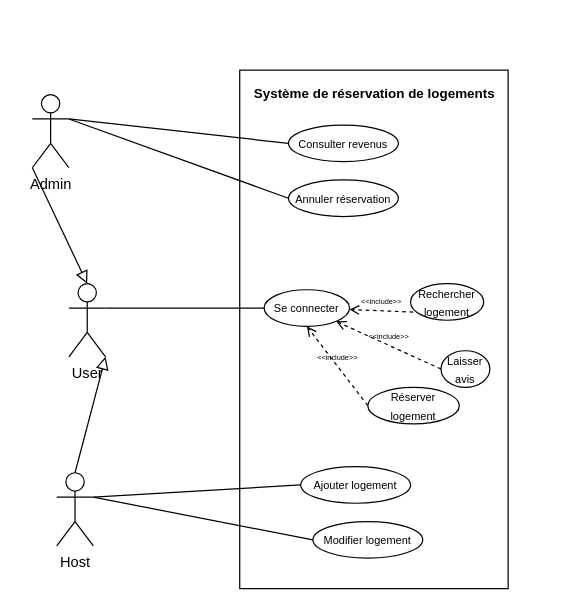
Earlier version of the draw.io diagram use_case.drawio (khaoula-khaldi/Kari). Source tidied: cells renumbered, new cells numbered last; positions are measured from the earlier drawing's top-left corner, leaving out a move shared by most shapes. Both pictures are drawn from the tidied source at 122%, with x=0, y=0 at pixel (32, 21).
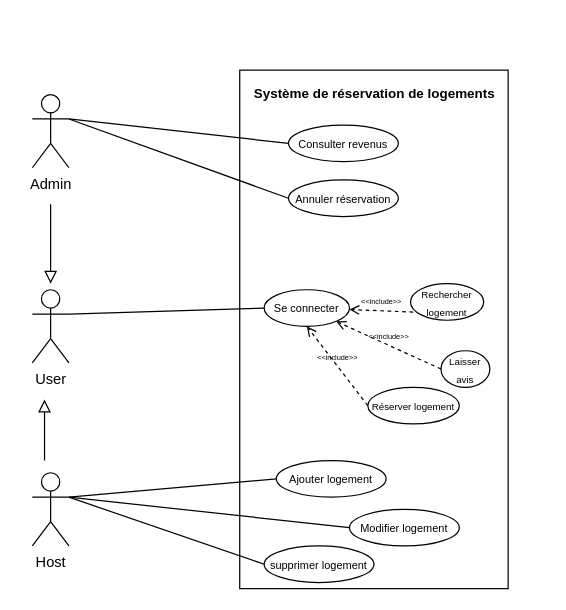
Above is the later version.

Unchanged cells that the change refers to:
```xml
<mxCell id="4" value="Admin" style="shape=umlActor;verticalLabelPosition=bottom;verticalAlign=top;html=1;outlineConnect=0;" parent="1" vertex="1">
  <mxGeometry y="60" width="30" height="60" as="geometry" />
</mxCell>
```

The edit, as a diff of the source:
```diff
@@
     <mxCell id="3" value="Host" style="shape=umlActor;verticalLabelPosition=bottom;verticalAlign=top;html=1;outlineConnect=0;" parent="1" vertex="1">
-      <mxGeometry x="20" y="370" width="30" height="60" as="geometry" />
+      <mxGeometry y="370" width="30" height="60" as="geometry" />
     </mxCell>
@@
     <mxCell id="5" value="User" style="shape=umlActor;verticalLabelPosition=bottom;verticalAlign=top;html=1;outlineConnect=0;" parent="1" vertex="1">
-      <mxGeometry x="30" y="215" width="30" height="60" as="geometry" />
+      <mxGeometry y="220" width="30" height="60" as="geometry" />
     </mxCell>
@@
-    <mxCell id="7" value="&lt;font style=&quot;font-size: 9px;&quot;&gt;Rechercher logement&lt;/font&gt;" style="ellipse;whiteSpace=wrap;html=1;" parent="1" vertex="1">
+    <mxCell id="7" value="&lt;font style=&quot;font-size: 8px;&quot;&gt;Rechercher logement&lt;/font&gt;" style="ellipse;whiteSpace=wrap;html=1;" parent="1" vertex="1">
       <mxGeometry x="310" y="215" width="60" height="30" as="geometry" />
     </mxCell>
-    <mxCell id="8" value="&lt;font style=&quot;font-size: 9px;&quot;&gt;Réserver logement&lt;/font&gt;" style="ellipse;whiteSpace=wrap;html=1;" parent="1" vertex="1">
+    <mxCell id="8" value="&lt;font style=&quot;font-size: 8px;&quot;&gt;Réserver logement&lt;/font&gt;" style="ellipse;whiteSpace=wrap;html=1;" parent="1" vertex="1">
       <mxGeometry x="275" y="300" width="75" height="30" as="geometry" />
     </mxCell>
-    <mxCell id="9" value="&lt;font style=&quot;font-size: 9px;&quot;&gt;Laisser avis&lt;/font&gt;" style="ellipse;whiteSpace=wrap;html=1;" parent="1" vertex="1">
+    <mxCell id="9" value="&lt;font style=&quot;font-size: 8px;&quot;&gt;Laisser avis&lt;/font&gt;" style="ellipse;whiteSpace=wrap;html=1;" parent="1" vertex="1">
       <mxGeometry x="335" y="270" width="40" height="30" as="geometry" />
     </mxCell>
@@
     <mxCell id="12" value="&lt;font style=&quot;font-size: 9px;&quot;&gt;Ajouter logement&lt;/font&gt;" style="ellipse;whiteSpace=wrap;html=1;" parent="1" vertex="1">
-      <mxGeometry x="220" y="365" width="90" height="30" as="geometry" />
+      <mxGeometry x="200" y="360" width="90" height="30" as="geometry" />
     </mxCell>
     <mxCell id="13" value="&lt;font style=&quot;font-size: 9px;&quot;&gt;Modifier logement&lt;/font&gt;" style="ellipse;whiteSpace=wrap;html=1;" parent="1" vertex="1">
-      <mxGeometry x="230" y="410" width="90" height="30" as="geometry" />
+      <mxGeometry x="260" y="400" width="90" height="30" as="geometry" />
     </mxCell>
@@
-    <mxCell id="20" style="endArrow=block;html=1;rounded=0;align=center;verticalAlign=bottom;endFill=0;labelBackgroundColor=none;endSize=8;exitX=0.5;exitY=0;exitDx=0;exitDy=0;exitPerimeter=0;entryX=1;entryY=1;entryDx=0;entryDy=0;entryPerimeter=0;" parent="1" edge="1" source="3" target="5">
-      <mxGeometry relative="1" as="geometry" />
+    <mxCell id="20" style="endArrow=block;html=1;rounded=0;align=center;verticalAlign=bottom;endFill=0;labelBackgroundColor=none;endSize=8;" parent="1" edge="1">
+      <mxGeometry relative="1" as="geometry">
+        <mxPoint x="10" y="360" as="sourcePoint" />
+        <mxPoint x="10" y="310" as="targetPoint" />
+      </mxGeometry>
     </mxCell>
@@
-    <mxCell id="22" style="endArrow=block;html=1;rounded=0;align=center;verticalAlign=bottom;endFill=0;labelBackgroundColor=none;endSize=8;exitX=0;exitY=1;exitDx=0;exitDy=0;exitPerimeter=0;entryX=0.5;entryY=0;entryDx=0;entryDy=0;entryPerimeter=0;" parent="1" edge="1" source="4" target="5">
-      <mxGeometry relative="1" as="geometry" />
+    <mxCell id="22" style="endArrow=block;html=1;rounded=0;align=center;verticalAlign=bottom;endFill=0;labelBackgroundColor=none;endSize=8;" parent="1" edge="1">
+      <mxGeometry relative="1" as="geometry">
+        <mxPoint x="15" y="150" as="sourcePoint" />
+        <mxPoint x="15" y="215" as="targetPoint" />
+      </mxGeometry>
     </mxCell>
@@
+    <mxCell id="27" value="&lt;font style=&quot;font-size: 9px;&quot;&gt;supprimer logement&lt;/font&gt;" style="ellipse;whiteSpace=wrap;html=1;" parent="1" vertex="1">
+      <mxGeometry x="190" y="430" width="90" height="30" as="geometry" />
+    </mxCell>
+    <mxCell id="28" style="endArrow=none;html=1;exitX=1;exitY=0.3333333333333333;exitDx=0;exitDy=0;exitPerimeter=0;entryX=0;entryY=0.5;entryDx=0;entryDy=0;" parent="1" edge="1" source="3" target="27">
+      <mxGeometry relative="1" as="geometry" />
+    </mxCell>
```
